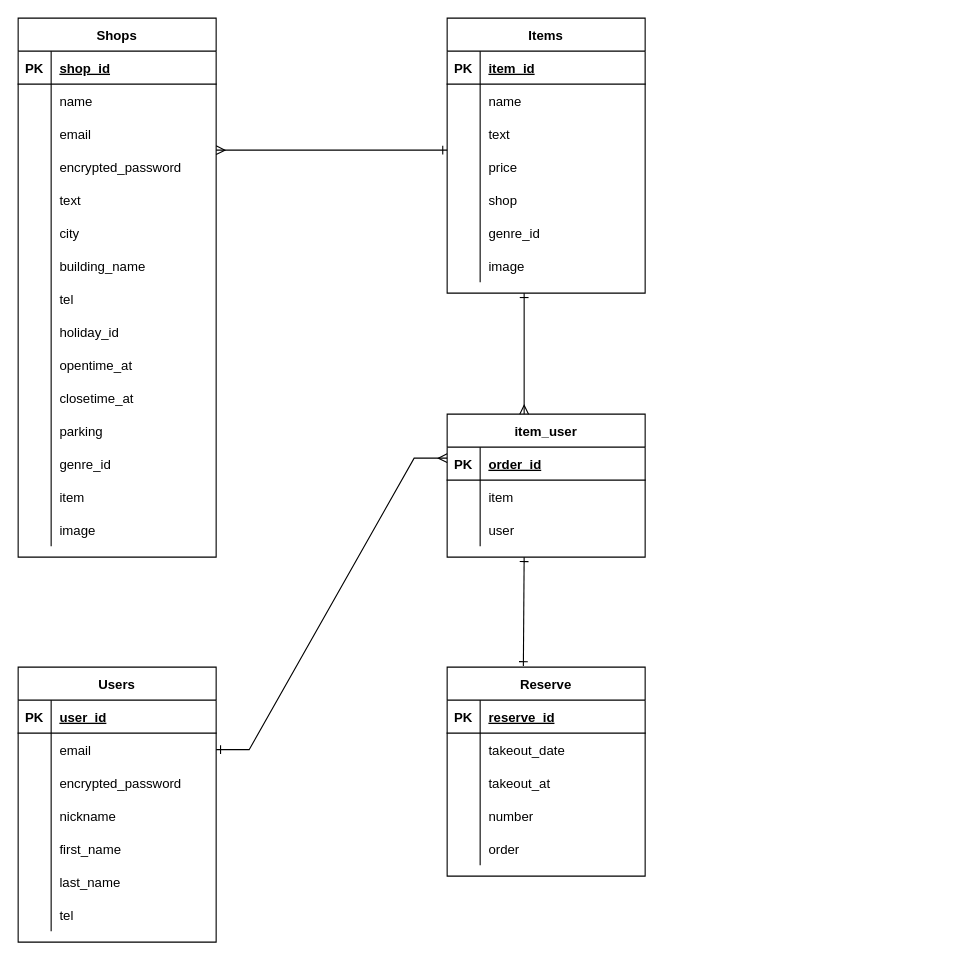
Before: takeouapp.dio in maaaaqqqq/takeoutapp, a draw.io diagram. Source tidied: cells renumbered, new cells numbered last; positions are measured from the earlier drawing's top-left corner, leaving out a move shared by most shapes. Both pictures are drawn from the tidied source at 110%, with x=0, y=0 at pixel (18, 18).
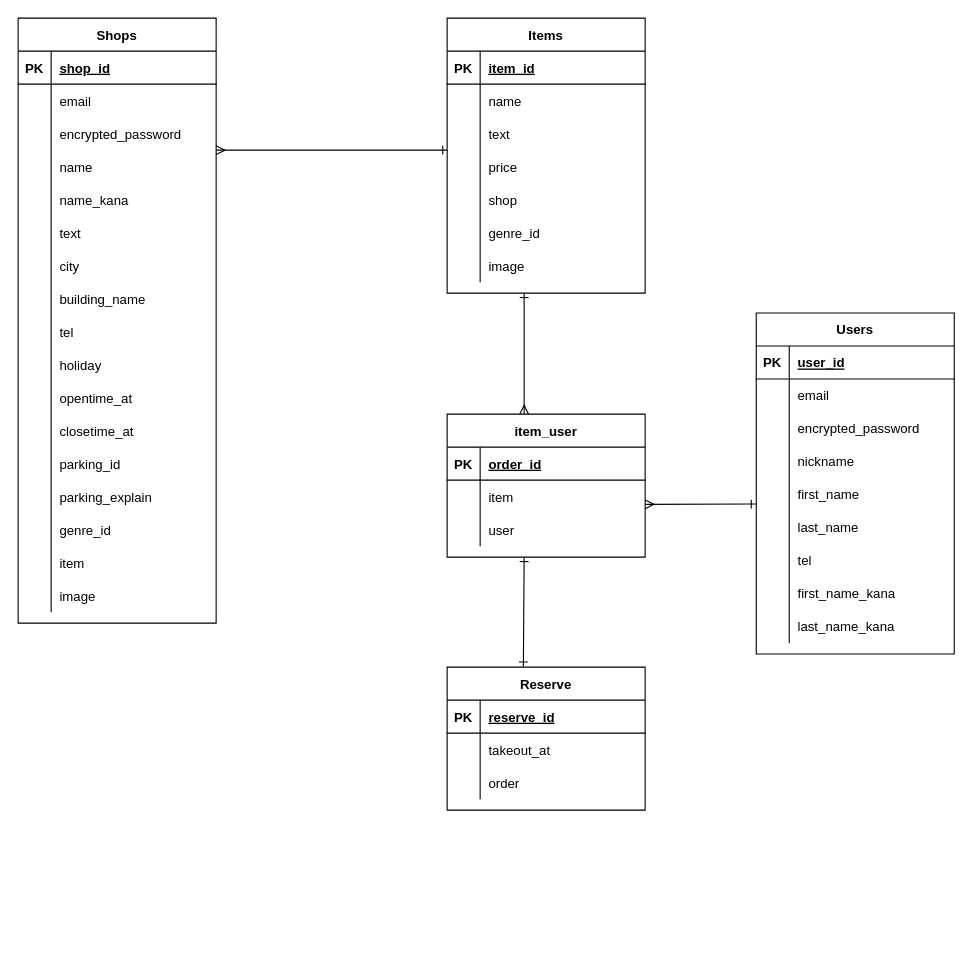
The same diagram, later.

Unchanged cells that the change refers to:
```xml
<mxCell id="52" style="shape=partialRectangle;fillColor=none;top=0;left=0;bottom=0;right=0;points=[[0,0.5],[1,0.5]];portConstraint=eastwest;" parent="48" vertex="1">
  <mxGeometry y="60" width="180" height="30" as="geometry" />
</mxCell>
<mxCell id="61" style="shape=partialRectangle;fillColor=none;top=0;left=0;bottom=0;right=0;points=[[0,0.5],[1,0.5]];portConstraint=eastwest;" parent="48" vertex="1">
  <mxGeometry y="150" width="180" height="30" as="geometry" />
</mxCell>
```

Diff of the diagram source:
```diff
@@
     <mxCell id="2" value="Shops" style="shape=table;startSize=30;childLayout=tableLayout;rowLines=0;fontStyle=1;align=center;" parent="1" vertex="1">
-      <mxGeometry width="180" height="490" as="geometry" />
+      <mxGeometry width="180" height="550" as="geometry" />
     </mxCell>
@@
-    <mxCell id="6" style="shape=partialRectangle;fillColor=none;top=0;left=0;bottom=0;right=0;" parent="2" vertex="1">
-      <mxGeometry y="60" width="180" height="30" as="geometry" />
-    </mxCell>
-    <mxCell id="7" style="shape=partialRectangle;fillColor=none;top=0;left=0;bottom=0;right=0;overflow=hidden;" parent="6" vertex="1">
-      <mxGeometry width="30" height="30" as="geometry" />
-    </mxCell>
-    <mxCell id="8" value="name" style="shape=partialRectangle;fillColor=none;top=0;left=0;bottom=0;right=0;align=left;spacingLeft=6;overflow=hidden;" parent="6" vertex="1">
-      <mxGeometry x="30" width="150" height="30" as="geometry" />
-    </mxCell>
     <mxCell id="9" style="shape=partialRectangle;fillColor=none;top=0;left=0;bottom=0;right=0;" parent="2" vertex="1">
-      <mxGeometry y="90" width="180" height="30" as="geometry" />
+      <mxGeometry y="60" width="180" height="30" as="geometry" />
     </mxCell>
@@
     <mxCell id="12" style="shape=partialRectangle;fillColor=none;top=0;left=0;bottom=0;right=0;" parent="2" vertex="1">
-      <mxGeometry y="120" width="180" height="30" as="geometry" />
+      <mxGeometry y="90" width="180" height="30" as="geometry" />
     </mxCell>
@@
+    <mxCell id="6" style="shape=partialRectangle;fillColor=none;top=0;left=0;bottom=0;right=0;" parent="2" vertex="1">
+      <mxGeometry y="120" width="180" height="30" as="geometry" />
+    </mxCell>
+    <mxCell id="7" style="shape=partialRectangle;fillColor=none;top=0;left=0;bottom=0;right=0;overflow=hidden;" parent="6" vertex="1">
+      <mxGeometry width="30" height="30" as="geometry" />
+    </mxCell>
+    <mxCell id="8" value="name" style="shape=partialRectangle;fillColor=none;top=0;left=0;bottom=0;right=0;align=left;spacingLeft=6;overflow=hidden;" parent="6" vertex="1">
+      <mxGeometry x="30" width="150" height="30" as="geometry" />
+    </mxCell>
+    <mxCell id="122" style="shape=partialRectangle;fillColor=none;top=0;left=0;bottom=0;right=0;" parent="2" vertex="1">
+      <mxGeometry y="150" width="180" height="30" as="geometry" />
+    </mxCell>
+    <mxCell id="123" style="shape=partialRectangle;fillColor=none;top=0;left=0;bottom=0;right=0;overflow=hidden;" parent="122" vertex="1">
+      <mxGeometry width="30" height="30" as="geometry" />
+    </mxCell>
+    <mxCell id="124" value="name_kana" style="shape=partialRectangle;fillColor=none;top=0;left=0;bottom=0;right=0;align=left;spacingLeft=6;overflow=hidden;" parent="122" vertex="1">
+      <mxGeometry x="30" width="150" height="30" as="geometry" />
+    </mxCell>
     <mxCell id="15" style="shape=partialRectangle;fillColor=none;top=0;left=0;bottom=0;right=0;" parent="2" vertex="1">
-      <mxGeometry y="150" width="180" height="30" as="geometry" />
+      <mxGeometry y="180" width="180" height="30" as="geometry" />
     </mxCell>
@@
     <mxCell id="18" style="shape=partialRectangle;fillColor=none;top=0;left=0;bottom=0;right=0;" parent="2" vertex="1">
-      <mxGeometry y="180" width="180" height="30" as="geometry" />
+      <mxGeometry y="210" width="180" height="30" as="geometry" />
     </mxCell>
@@
     <mxCell id="21" style="shape=partialRectangle;fillColor=none;top=0;left=0;bottom=0;right=0;" parent="2" vertex="1">
-      <mxGeometry y="210" width="180" height="30" as="geometry" />
+      <mxGeometry y="240" width="180" height="30" as="geometry" />
     </mxCell>
@@
     <mxCell id="24" style="shape=partialRectangle;fillColor=none;top=0;left=0;bottom=0;right=0;" parent="2" vertex="1">
-      <mxGeometry y="240" width="180" height="30" as="geometry" />
+      <mxGeometry y="270" width="180" height="30" as="geometry" />
     </mxCell>
@@
     <mxCell id="27" style="shape=partialRectangle;fillColor=none;top=0;left=0;bottom=0;right=0;" parent="2" vertex="1">
-      <mxGeometry y="270" width="180" height="30" as="geometry" />
+      <mxGeometry y="300" width="180" height="30" as="geometry" />
     </mxCell>
@@
-    <mxCell id="29" value="holiday_id" style="shape=partialRectangle;fillColor=none;top=0;left=0;bottom=0;right=0;align=left;spacingLeft=6;overflow=hidden;" parent="27" vertex="1">
+    <mxCell id="29" value="holiday" style="shape=partialRectangle;fillColor=none;top=0;left=0;bottom=0;right=0;align=left;spacingLeft=6;overflow=hidden;" parent="27" vertex="1">
       <mxGeometry x="30" width="150" height="30" as="geometry" />
     </mxCell>
     <mxCell id="30" style="shape=partialRectangle;fillColor=none;top=0;left=0;bottom=0;right=0;" parent="2" vertex="1">
-      <mxGeometry y="300" width="180" height="30" as="geometry" />
+      <mxGeometry y="330" width="180" height="30" as="geometry" />
     </mxCell>
@@
     <mxCell id="33" style="shape=partialRectangle;fillColor=none;top=0;left=0;bottom=0;right=0;" parent="2" vertex="1">
-      <mxGeometry y="330" width="180" height="30" as="geometry" />
+      <mxGeometry y="360" width="180" height="30" as="geometry" />
     </mxCell>
@@
     <mxCell id="36" style="shape=partialRectangle;fillColor=none;top=0;left=0;bottom=0;right=0;" parent="2" vertex="1">
-      <mxGeometry y="360" width="180" height="30" as="geometry" />
+      <mxGeometry y="390" width="180" height="30" as="geometry" />
     </mxCell>
@@
-    <mxCell id="38" value="parking" style="shape=partialRectangle;fillColor=none;top=0;left=0;bottom=0;right=0;align=left;spacingLeft=6;overflow=hidden;" parent="36" vertex="1">
+    <mxCell id="38" value="parking_id" style="shape=partialRectangle;fillColor=none;top=0;left=0;bottom=0;right=0;align=left;spacingLeft=6;overflow=hidden;" parent="36" vertex="1">
       <mxGeometry x="30" width="150" height="30" as="geometry" />
     </mxCell>
+    <mxCell id="125" style="shape=partialRectangle;fillColor=none;top=0;left=0;bottom=0;right=0;" parent="2" vertex="1">
+      <mxGeometry y="420" width="180" height="30" as="geometry" />
+    </mxCell>
+    <mxCell id="126" style="shape=partialRectangle;fillColor=none;top=0;left=0;bottom=0;right=0;overflow=hidden;" parent="125" vertex="1">
+      <mxGeometry width="30" height="30" as="geometry" />
+    </mxCell>
+    <mxCell id="127" value="parking_explain" style="shape=partialRectangle;fillColor=none;top=0;left=0;bottom=0;right=0;align=left;spacingLeft=6;overflow=hidden;" parent="125" vertex="1">
+      <mxGeometry x="30" width="150" height="30" as="geometry" />
+    </mxCell>
     <mxCell id="39" style="shape=partialRectangle;fillColor=none;top=0;left=0;bottom=0;right=0;" parent="2" vertex="1">
-      <mxGeometry y="390" width="180" height="30" as="geometry" />
+      <mxGeometry y="450" width="180" height="30" as="geometry" />
     </mxCell>
@@
     <mxCell id="42" style="shape=partialRectangle;fillColor=none;top=0;left=0;bottom=0;right=0;" parent="2" vertex="1">
-      <mxGeometry y="420" width="180" height="30" as="geometry" />
+      <mxGeometry y="480" width="180" height="30" as="geometry" />
     </mxCell>
@@
     <mxCell id="45" style="shape=partialRectangle;fillColor=none;top=0;left=0;bottom=0;right=0;" parent="2" vertex="1">
-      <mxGeometry y="450" width="180" height="30" as="geometry" />
+      <mxGeometry y="510" width="180" height="30" as="geometry" />
     </mxCell>
@@
     <mxCell id="48" value="Users" style="shape=table;startSize=30;childLayout=tableLayout;rowLines=0;fontStyle=1;align=center;" parent="1" vertex="1">
-      <mxGeometry y="590" width="180" height="250" as="geometry" />
+      <mxGeometry x="671" y="268" width="180" height="310" as="geometry" />
     </mxCell>
@@
+    <mxCell id="128" style="shape=partialRectangle;fillColor=none;top=0;left=0;bottom=0;right=0;" parent="48" vertex="1">
+      <mxGeometry y="240" width="180" height="30" as="geometry" />
+    </mxCell>
+    <mxCell id="129" style="shape=partialRectangle;fillColor=none;top=0;left=0;bottom=0;right=0;overflow=hidden;" parent="128" vertex="1">
+      <mxGeometry width="30" height="30" as="geometry" />
+    </mxCell>
+    <mxCell id="130" value="first_name_kana" style="shape=partialRectangle;fillColor=none;top=0;left=0;bottom=0;right=0;align=left;spacingLeft=6;overflow=hidden;" parent="128" vertex="1">
+      <mxGeometry x="30" width="150" height="30" as="geometry" />
+    </mxCell>
+    <mxCell id="131" style="shape=partialRectangle;fillColor=none;top=0;left=0;bottom=0;right=0;" parent="48" vertex="1">
+      <mxGeometry y="270" width="180" height="30" as="geometry" />
+    </mxCell>
+    <mxCell id="132" style="shape=partialRectangle;fillColor=none;top=0;left=0;bottom=0;right=0;overflow=hidden;" parent="131" vertex="1">
+      <mxGeometry width="30" height="30" as="geometry" />
+    </mxCell>
+    <mxCell id="133" value="last_name_kana" style="shape=partialRectangle;fillColor=none;top=0;left=0;bottom=0;right=0;align=left;spacingLeft=6;overflow=hidden;" parent="131" vertex="1">
+      <mxGeometry x="30" width="150" height="30" as="geometry" />
+    </mxCell>
@@
     <mxCell id="92" value="Reserve" style="shape=table;startSize=30;childLayout=tableLayout;rowLines=0;fontStyle=1;align=center;" parent="1" vertex="1">
-      <mxGeometry x="390" y="590" width="180" height="190" as="geometry" />
+      <mxGeometry x="390" y="590" width="180" height="130" as="geometry" />
     </mxCell>
@@
-    <mxCell id="96" style="shape=partialRectangle;fillColor=none;top=0;left=0;bottom=0;right=0;" parent="92" vertex="1">
-      <mxGeometry y="60" width="180" height="30" as="geometry" />
-    </mxCell>
-    <mxCell id="97" style="shape=partialRectangle;fillColor=none;top=0;left=0;bottom=0;right=0;overflow=hidden;" parent="96" vertex="1">
-      <mxGeometry width="30" height="30" as="geometry" />
-    </mxCell>
-    <mxCell id="98" value="takeout_date" style="shape=partialRectangle;fillColor=none;top=0;left=0;bottom=0;right=0;align=left;spacingLeft=6;overflow=hidden;" parent="96" vertex="1">
-      <mxGeometry x="30" width="150" height="30" as="geometry" />
-    </mxCell>
     <mxCell id="99" style="shape=partialRectangle;fillColor=none;top=0;left=0;bottom=0;right=0;" parent="92" vertex="1">
-      <mxGeometry y="90" width="180" height="30" as="geometry" />
+      <mxGeometry y="60" width="180" height="30" as="geometry" />
     </mxCell>
@@
-    <mxCell id="102" style="shape=partialRectangle;fillColor=none;top=0;left=0;bottom=0;right=0;" parent="92" vertex="1">
-      <mxGeometry y="120" width="180" height="30" as="geometry" />
-    </mxCell>
-    <mxCell id="103" style="shape=partialRectangle;fillColor=none;top=0;left=0;bottom=0;right=0;overflow=hidden;" parent="102" vertex="1">
-      <mxGeometry width="30" height="30" as="geometry" />
-    </mxCell>
-    <mxCell id="104" value="number" style="shape=partialRectangle;fillColor=none;top=0;left=0;bottom=0;right=0;align=left;spacingLeft=6;overflow=hidden;" parent="102" vertex="1">
-      <mxGeometry x="30" width="150" height="30" as="geometry" />
-    </mxCell>
     <mxCell id="105" style="shape=partialRectangle;fillColor=none;top=0;left=0;bottom=0;right=0;" parent="92" vertex="1">
-      <mxGeometry y="150" width="180" height="30" as="geometry" />
+      <mxGeometry y="90" width="180" height="30" as="geometry" />
     </mxCell>
@@
-    <mxCell id="120" style="edgeStyle=entityRelationEdgeStyle;fontSize=12;html=1;endArrow=ERmany;endFill=0;exitX=1;exitY=0.5;exitDx=0;exitDy=0;rounded=0;startArrow=ERone;startFill=0;" parent="1" edge="1" source="52">
-      <mxGeometry relative="1" as="geometry">
-        <mxPoint x="390" y="400" as="targetPoint" />
-      </mxGeometry>
-    </mxCell>
@@
+    <mxCell id="134" style="endArrow=ERone;html=1;rounded=0;startArrow=ERmany;startFill=0;endFill=0;entryX=-0.003;entryY=0.79;entryDx=0;entryDy=0;entryPerimeter=0;" parent="1" edge="1" target="61">
+      <mxGeometry relative="1" as="geometry">
+        <mxPoint x="570" y="442" as="sourcePoint" />
+      </mxGeometry>
+    </mxCell>
```
